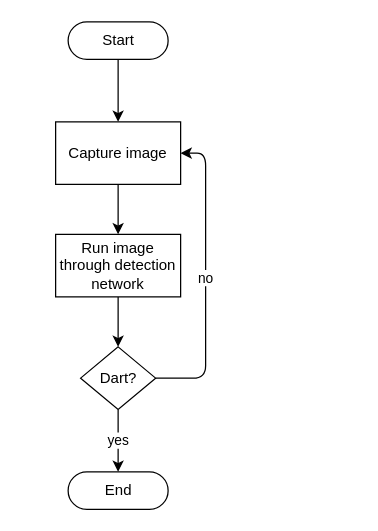
The draw.io diagram page "Find Dart Logic" (5 of 9) of imaging/documentation/Imaging_System_Schematics.drawio in kparlak/dart-scoring-system, before the edit. Source tidied: cells renumbered, new cells numbered last; positions are measured from the earlier drawing's top-left corner, leaving out a move shared by most shapes. Both pictures are drawn from the tidied source at 125%, with x=0, y=0 at pixel (55, 21).
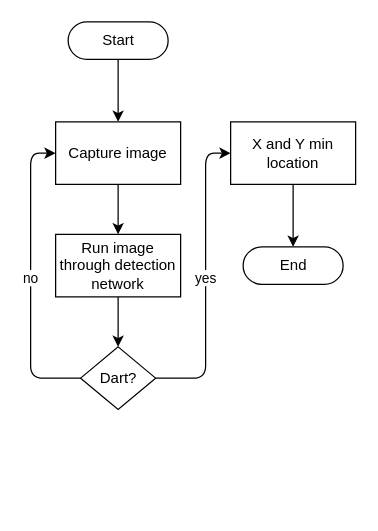
The same diagram, later.

Diff of the diagram source:
```diff
@@
 <mxGraphModel>
   <root>
     <mxCell id="0" />
     <mxCell id="1" parent="0" />
     <mxCell id="2" style="edgeStyle=orthogonalEdgeStyle;rounded=1;jettySize=auto;html=1;exitX=0.5;exitY=0.5;exitDx=0;exitDy=15;exitPerimeter=0;entryX=0.5;entryY=0;entryDx=0;entryDy=0;strokeColor=#000000;" parent="1" edge="1" source="3" target="5">
       <mxGeometry relative="1" as="geometry" />
     </mxCell>
     <mxCell id="3" value="Start" style="html=1;dashed=0;whitespace=wrap;shape=mxgraph.dfd.start;" parent="1" vertex="1">
       <mxGeometry x="10" width="80" height="30" as="geometry" />
     </mxCell>
     <mxCell id="4" style="edgeStyle=orthogonalEdgeStyle;rounded=1;jettySize=auto;html=1;exitX=0.5;exitY=1;exitDx=0;exitDy=0;entryX=0.5;entryY=0;entryDx=0;entryDy=0;strokeColor=#000000;" parent="1" edge="1" source="5" target="7">
       <mxGeometry relative="1" as="geometry" />
     </mxCell>
     <mxCell id="5" value="Capture image" style="html=1;dashed=0;whitespace=wrap;whiteSpace=wrap;" parent="1" vertex="1">
       <mxGeometry y="80" width="100" height="50" as="geometry" />
     </mxCell>
     <mxCell id="6" style="edgeStyle=orthogonalEdgeStyle;rounded=1;jettySize=auto;html=1;exitX=0.5;exitY=1;exitDx=0;exitDy=0;entryX=0.5;entryY=0;entryDx=0;entryDy=0;strokeColor=#000000;" parent="1" edge="1" source="7" target="10">
       <mxGeometry relative="1" as="geometry" />
     </mxCell>
     <mxCell id="7" value="Run image through detection network" style="html=1;dashed=0;whitespace=wrap;whiteSpace=wrap;" parent="1" vertex="1">
       <mxGeometry y="170" width="100" height="50" as="geometry" />
     </mxCell>
-    <mxCell id="8" value="no" style="edgeStyle=orthogonalEdgeStyle;rounded=1;jettySize=auto;html=1;exitX=1;exitY=0.5;exitDx=0;exitDy=0;entryX=1;entryY=0.5;entryDx=0;entryDy=0;strokeColor=#000000;" parent="1" edge="1" source="10" target="5">
-      <mxGeometry relative="1" as="geometry">
-        <Array as="points">
-          <mxPoint x="120" y="285" />
-          <mxPoint x="120" y="105" />
-        </Array>
-      </mxGeometry>
+    <mxCell id="8" value="no" style="edgeStyle=orthogonalEdgeStyle;rounded=1;jettySize=auto;html=1;exitX=0;exitY=0.5;exitDx=0;exitDy=0;entryX=0;entryY=0.5;entryDx=0;entryDy=0;" parent="1" edge="1" source="10" target="5">
+      <mxGeometry relative="1" as="geometry" />
     </mxCell>
-    <mxCell id="9" value="yes" style="edgeStyle=orthogonalEdgeStyle;rounded=1;jettySize=auto;html=1;exitX=0.5;exitY=1;exitDx=0;exitDy=0;entryX=0.5;entryY=0.5;entryDx=0;entryDy=-15;entryPerimeter=0;strokeColor=#000000;" parent="1" edge="1" source="10" target="11">
-      <mxGeometry relative="1" as="geometry" />
-    </mxCell>
     <mxCell id="10" value="Dart?" style="shape=rhombus;html=1;dashed=0;whitespace=wrap;perimeter=rhombusPerimeter;" parent="1" vertex="1">
       <mxGeometry x="20" y="260" width="60" height="50" as="geometry" />
     </mxCell>
     <mxCell id="11" value="End" style="html=1;dashed=0;whitespace=wrap;shape=mxgraph.dfd.start;" parent="1" vertex="1">
-      <mxGeometry x="10" y="360" width="80" height="30" as="geometry" />
+      <mxGeometry x="150" y="180" width="80" height="30" as="geometry" />
     </mxCell>
+    <mxCell id="9" value="yes" style="edgeStyle=orthogonalEdgeStyle;rounded=1;jettySize=auto;html=1;exitX=1;exitY=0.5;exitDx=0;exitDy=0;entryX=0;entryY=0.5;entryDx=0;entryDy=0;" parent="1" edge="1" source="10" target="13">
+      <mxGeometry relative="1" as="geometry">
+        <Array as="points">
+          <mxPoint x="120" y="285" />
+          <mxPoint x="120" y="105" />
+        </Array>
+      </mxGeometry>
+    </mxCell>
+    <mxCell id="12" style="edgeStyle=orthogonalEdgeStyle;rounded=1;jettySize=auto;html=1;exitX=0.5;exitY=1;exitDx=0;exitDy=0;entryX=0.5;entryY=0.5;entryDx=0;entryDy=-15;entryPerimeter=0;" parent="1" edge="1" source="13" target="11">
+      <mxGeometry relative="1" as="geometry" />
+    </mxCell>
+    <mxCell id="13" value="X and Y min location" style="html=1;dashed=0;whitespace=wrap;whiteSpace=wrap;" parent="1" vertex="1">
+      <mxGeometry x="140" y="80" width="100" height="50" as="geometry" />
+    </mxCell>
   </root>
 </mxGraphModel>
```
